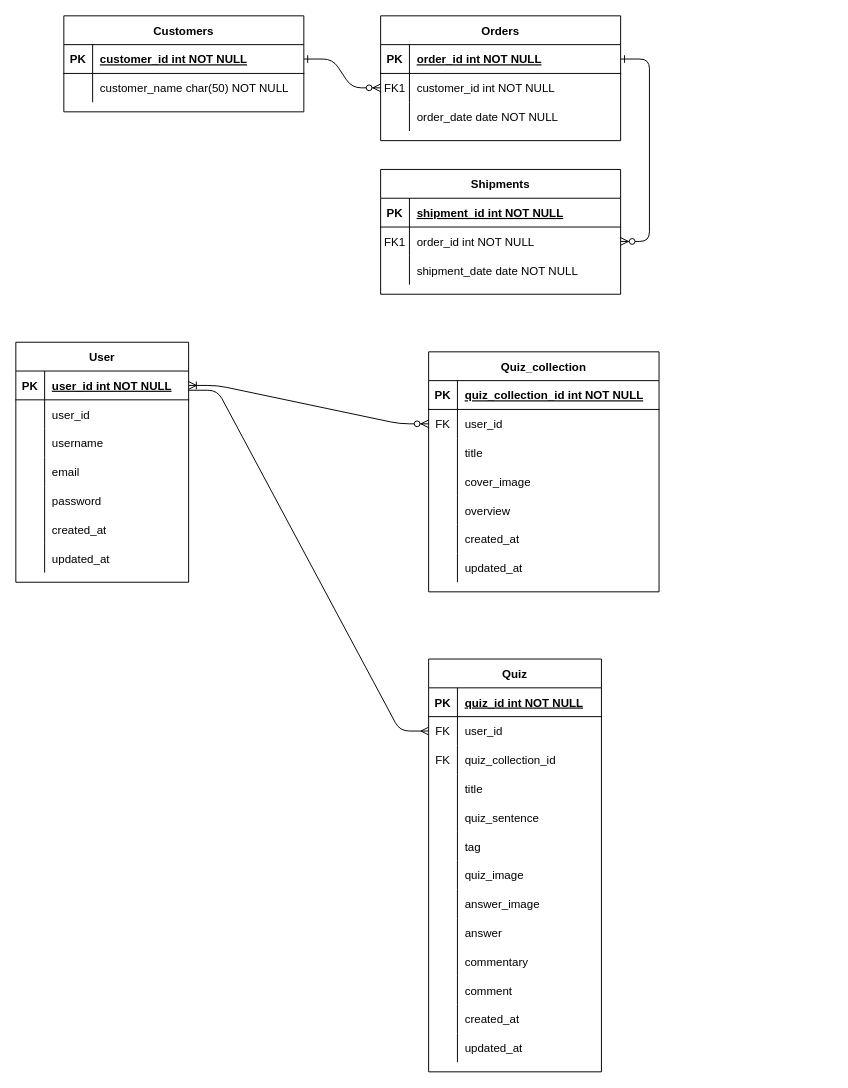
This is 名称未設定ファイル.drawio from blue-drill/kurenai-dorill.github.io, a draw.io file, before an edit. Source tidied: cells renumbered, new cells numbered last; positions are measured from the earlier drawing's top-left corner, leaving out a move shared by most shapes. Both pictures are drawn from the tidied source at 96%, with x=0, y=0 at pixel (15, 15).
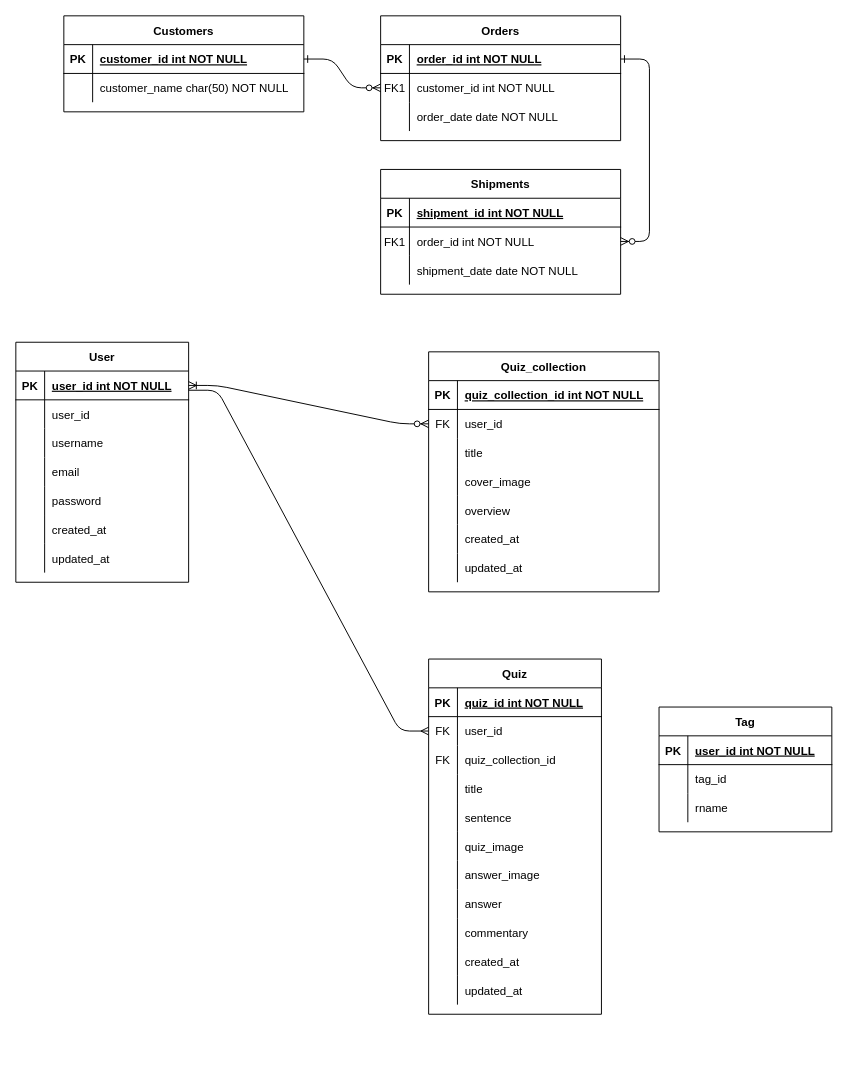
After the change.

Commit message:
名称未設定ファイル.drawio を更新します

The change refers to these unchanged cells:
```xml
<mxCell id="66" style="shape=partialRectangle;fillColor=none;top=0;left=0;bottom=0;right=0;" parent="53" vertex="1">
  <mxGeometry y="150" width="180" height="30" as="geometry" />
</mxCell>
```

The edit, as a diff of the source:
```diff
@@
     <mxCell id="53" value="Quiz" style="shape=table;startSize=30;childLayout=tableLayout;rowLines=0;fontStyle=1;align=center;" parent="1" vertex="1">
-      <mxGeometry x="430" y="670" width="180" height="430" as="geometry" />
+      <mxGeometry x="430" y="670" width="180" height="370" as="geometry" />
     </mxCell>
@@
-    <mxCell id="68" value="quiz_sentence" style="shape=partialRectangle;fillColor=none;top=0;left=0;bottom=0;right=0;align=left;spacingLeft=6;overflow=hidden;" parent="66" vertex="1">
+    <mxCell id="68" value="sentence" style="shape=partialRectangle;fillColor=none;top=0;left=0;bottom=0;right=0;align=left;spacingLeft=6;overflow=hidden;" parent="66" vertex="1">
       <mxGeometry x="30" width="150" height="30" as="geometry" />
     </mxCell>
-    <mxCell id="69" style="shape=partialRectangle;fillColor=none;top=0;left=0;bottom=0;right=0;" parent="53" vertex="1">
-      <mxGeometry y="180" width="180" height="30" as="geometry" />
-    </mxCell>
-    <mxCell id="70" style="shape=partialRectangle;fillColor=none;top=0;left=0;bottom=0;right=0;overflow=hidden;" parent="69" vertex="1">
-      <mxGeometry width="30" height="30" as="geometry" />
-    </mxCell>
-    <mxCell id="71" value="tag" style="shape=partialRectangle;fillColor=none;top=0;left=0;bottom=0;right=0;align=left;spacingLeft=6;overflow=hidden;" parent="69" vertex="1">
-      <mxGeometry x="30" width="150" height="30" as="geometry" />
-    </mxCell>
     <mxCell id="72" style="shape=partialRectangle;fillColor=none;top=0;left=0;bottom=0;right=0;" parent="53" vertex="1">
-      <mxGeometry y="210" width="180" height="30" as="geometry" />
+      <mxGeometry y="180" width="180" height="30" as="geometry" />
     </mxCell>
@@
     <mxCell id="75" style="shape=partialRectangle;fillColor=none;top=0;left=0;bottom=0;right=0;" parent="53" vertex="1">
-      <mxGeometry y="240" width="180" height="30" as="geometry" />
+      <mxGeometry y="210" width="180" height="30" as="geometry" />
     </mxCell>
@@
     <mxCell id="78" style="shape=partialRectangle;fillColor=none;top=0;left=0;bottom=0;right=0;" parent="53" vertex="1">
-      <mxGeometry y="270" width="180" height="30" as="geometry" />
+      <mxGeometry y="240" width="180" height="30" as="geometry" />
     </mxCell>
@@
     <mxCell id="81" style="shape=partialRectangle;fillColor=none;top=0;left=0;bottom=0;right=0;" parent="53" vertex="1">
-      <mxGeometry y="300" width="180" height="30" as="geometry" />
+      <mxGeometry y="270" width="180" height="30" as="geometry" />
     </mxCell>
@@
-    <mxCell id="84" style="shape=partialRectangle;fillColor=none;top=0;left=0;bottom=0;right=0;" parent="53" vertex="1">
-      <mxGeometry y="330" width="180" height="30" as="geometry" />
-    </mxCell>
-    <mxCell id="85" style="shape=partialRectangle;fillColor=none;top=0;left=0;bottom=0;right=0;overflow=hidden;" parent="84" vertex="1">
-      <mxGeometry width="30" height="30" as="geometry" />
-    </mxCell>
-    <mxCell id="86" value="comment" style="shape=partialRectangle;fillColor=none;top=0;left=0;bottom=0;right=0;align=left;spacingLeft=6;overflow=hidden;" parent="84" vertex="1">
-      <mxGeometry x="30" width="150" height="30" as="geometry" />
-    </mxCell>
     <mxCell id="87" style="shape=partialRectangle;fillColor=none;top=0;left=0;bottom=0;right=0;" parent="53" vertex="1">
-      <mxGeometry y="360" width="180" height="30" as="geometry" />
+      <mxGeometry y="300" width="180" height="30" as="geometry" />
     </mxCell>
@@
     <mxCell id="90" style="shape=partialRectangle;fillColor=none;top=0;left=0;bottom=0;right=0;" parent="53" vertex="1">
-      <mxGeometry y="390" width="180" height="30" as="geometry" />
+      <mxGeometry y="330" width="180" height="30" as="geometry" />
     </mxCell>
@@
+    <mxCell id="117" value="Tag" style="shape=table;startSize=30;childLayout=tableLayout;rowLines=0;fontStyle=1;align=center;" parent="1" vertex="1">
+      <mxGeometry x="670" y="720" width="180" height="130" as="geometry" />
+    </mxCell>
+    <mxCell id="118" style="shape=partialRectangle;fillColor=none;top=0;left=0;bottom=1;right=0;" parent="117" vertex="1">
+      <mxGeometry y="30" width="180" height="30" as="geometry" />
+    </mxCell>
+    <mxCell id="119" value="PK" style="shape=partialRectangle;fillColor=none;top=0;left=0;bottom=0;right=0;fontStyle=1;overflow=hidden;" parent="118" vertex="1">
+      <mxGeometry width="30" height="30" as="geometry" />
+    </mxCell>
+    <mxCell id="120" value="user_id int NOT NULL" style="shape=partialRectangle;fillColor=none;top=0;left=0;bottom=0;right=0;align=left;spacingLeft=6;fontStyle=5;overflow=hidden;" parent="118" vertex="1">
+      <mxGeometry x="30" width="150" height="30" as="geometry" />
+    </mxCell>
+    <mxCell id="121" style="shape=partialRectangle;fillColor=none;top=0;left=0;bottom=0;right=0;" parent="117" vertex="1">
+      <mxGeometry y="60" width="180" height="30" as="geometry" />
+    </mxCell>
+    <mxCell id="122" style="shape=partialRectangle;fillColor=none;top=0;left=0;bottom=0;right=0;overflow=hidden;" parent="121" vertex="1">
+      <mxGeometry width="30" height="30" as="geometry" />
+    </mxCell>
+    <mxCell id="123" value="tag_id" style="shape=partialRectangle;fillColor=none;top=0;left=0;bottom=0;right=0;align=left;spacingLeft=6;overflow=hidden;" parent="121" vertex="1">
+      <mxGeometry x="30" width="150" height="30" as="geometry" />
+    </mxCell>
+    <mxCell id="124" style="shape=partialRectangle;fillColor=none;top=0;left=0;bottom=0;right=0;" parent="117" vertex="1">
+      <mxGeometry y="90" width="180" height="30" as="geometry" />
+    </mxCell>
+    <mxCell id="125" style="shape=partialRectangle;fillColor=none;top=0;left=0;bottom=0;right=0;overflow=hidden;" parent="124" vertex="1">
+      <mxGeometry width="30" height="30" as="geometry" />
+    </mxCell>
+    <mxCell id="126" value="rname" style="shape=partialRectangle;fillColor=none;top=0;left=0;bottom=0;right=0;align=left;spacingLeft=6;overflow=hidden;" parent="124" vertex="1">
+      <mxGeometry x="30" width="150" height="30" as="geometry" />
+    </mxCell>
```
